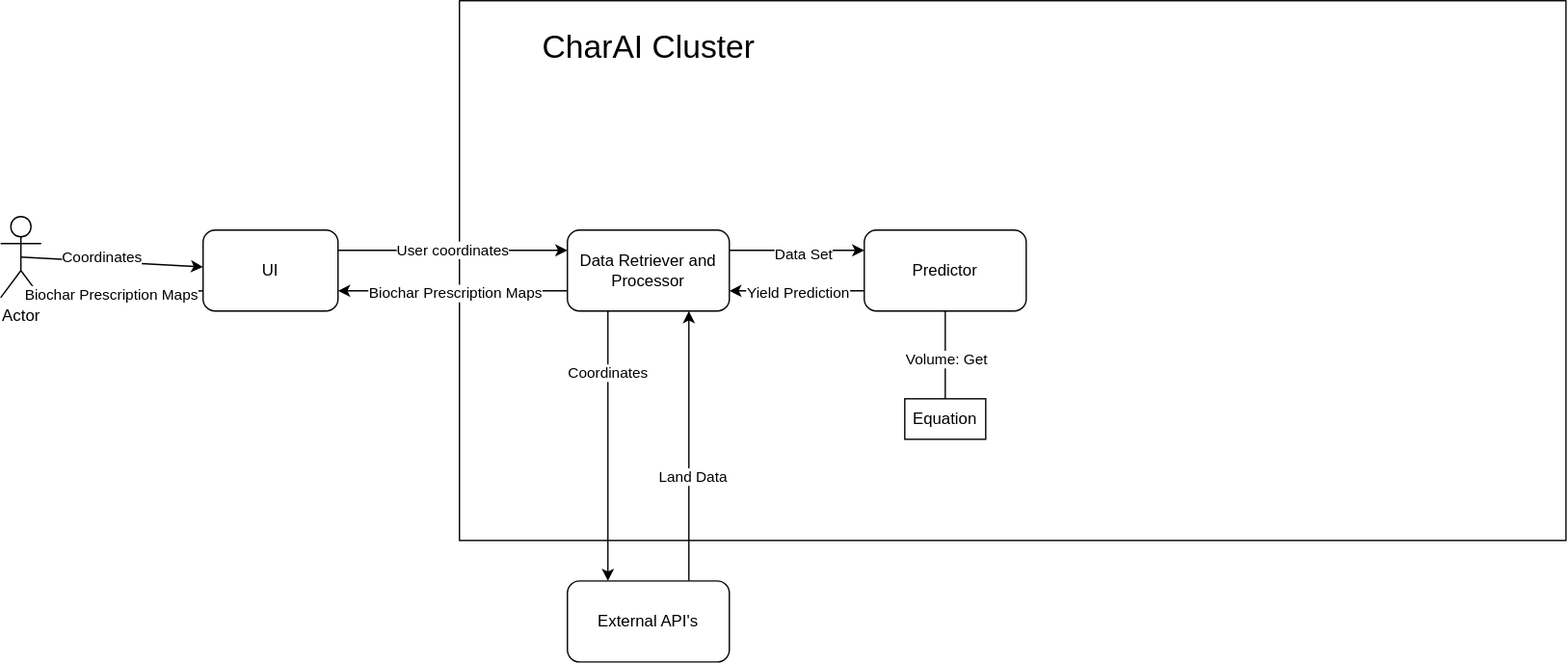
Earlier version of the draw.io export docs/Design/Architecture/SystemArchitectureEquation.drawio.svg (JosephPBaruch/CharAI). Source tidied: cells renumbered, new cells last; positions are measured from the earlier drawing's top-left corner, leaving out a move shared by most shapes. Source of this version:
```xml
<mxGraphModel>
  <root>
    <mxCell id="0" />
    <mxCell id="1" parent="0" />
    <mxCell id="2" style="rounded=0;whiteSpace=wrap;html=1;" parent="1" vertex="1">
      <mxGeometry x="340" width="820" height="400" as="geometry" />
    </mxCell>
    <mxCell id="3" style="edgeStyle=none;html=1;entryX=0;entryY=0.25;entryDx=0;entryDy=0;exitX=1;exitY=0.25;exitDx=0;exitDy=0;" parent="1" edge="1" source="5" target="16">
      <mxGeometry relative="1" as="geometry">
        <Array as="points">
          <mxPoint x="340" y="185" />
        </Array>
      </mxGeometry>
    </mxCell>
    <mxCell id="4" value="User coordinates" style="edgeLabel;html=1;align=center;verticalAlign=middle;" parent="3" vertex="1">
      <mxGeometry x="-0.01" y="1" relative="1" as="geometry" />
    </mxCell>
    <mxCell id="5" value="UI" style="rounded=1;whiteSpace=wrap;html=1;" parent="1" vertex="1">
      <mxGeometry x="150" y="170" width="100" height="60" as="geometry" />
    </mxCell>
    <mxCell id="6" style="edgeStyle=none;html=1;exitX=0;exitY=0.75;exitDx=0;exitDy=0;entryX=1;entryY=0.75;entryDx=0;entryDy=0;" parent="1" edge="1" source="8" target="16">
      <mxGeometry relative="1" as="geometry" />
    </mxCell>
    <mxCell id="7" value="Yield Prediction" style="edgeLabel;html=1;align=center;verticalAlign=middle;" parent="6" vertex="1">
      <mxGeometry x="0.24" y="1" relative="1" as="geometry">
        <mxPoint x="13" as="offset" />
      </mxGeometry>
    </mxCell>
    <mxCell id="8" value="Predictor" style="rounded=1;whiteSpace=wrap;html=1;" parent="1" vertex="1">
      <mxGeometry x="640" y="170" width="120" height="60" as="geometry" />
    </mxCell>
    <mxCell id="9" value="Equation" style="rounded=0;whiteSpace=wrap;html=1;" parent="1" vertex="1">
      <mxGeometry x="670" y="295" width="60" height="30" as="geometry" />
    </mxCell>
    <mxCell id="10" style="edgeStyle=none;html=1;entryX=1;entryY=0.75;entryDx=0;entryDy=0;exitX=0;exitY=0.75;exitDx=0;exitDy=0;" parent="1" edge="1" source="16" target="5">
      <mxGeometry relative="1" as="geometry" />
    </mxCell>
    <mxCell id="11" value="Biochar Prescription Maps" style="edgeLabel;html=1;align=center;verticalAlign=middle;" parent="10" vertex="1">
      <mxGeometry x="-0.02" y="1" relative="1" as="geometry" />
    </mxCell>
    <mxCell id="12" style="edgeStyle=none;html=1;exitX=0.25;exitY=1;exitDx=0;exitDy=0;entryX=0.25;entryY=0;entryDx=0;entryDy=0;" parent="1" edge="1" source="16" target="20">
      <mxGeometry relative="1" as="geometry" />
    </mxCell>
    <mxCell id="13" value="Coordinates" style="edgeLabel;html=1;align=center;verticalAlign=middle;" parent="12" vertex="1">
      <mxGeometry x="-0.54" y="-1" relative="1" as="geometry" />
    </mxCell>
    <mxCell id="14" style="edgeStyle=none;html=1;exitX=1;exitY=0.25;exitDx=0;exitDy=0;entryX=0;entryY=0.25;entryDx=0;entryDy=0;" parent="1" edge="1" source="16" target="8">
      <mxGeometry relative="1" as="geometry" />
    </mxCell>
    <mxCell id="15" value="Data Set" style="edgeLabel;html=1;align=center;verticalAlign=middle;" parent="14" vertex="1">
      <mxGeometry x="0.08" y="-2" relative="1" as="geometry" />
    </mxCell>
    <mxCell id="16" value="Data Retriever and Processor" style="rounded=1;whiteSpace=wrap;html=1;" parent="1" vertex="1">
      <mxGeometry x="420" y="170" width="120" height="60" as="geometry" />
    </mxCell>
    <mxCell id="17" value="&lt;font style=&quot;font-size: 24px;&quot;&gt;CharAI Cluster&lt;/font&gt;" style="text;html=1;align=center;verticalAlign=middle;whiteSpace=wrap;rounded=0;" parent="1" vertex="1">
      <mxGeometry x="363.5" y="20" width="233" height="30" as="geometry" />
    </mxCell>
    <mxCell id="18" style="edgeStyle=none;html=1;exitX=0.75;exitY=0;exitDx=0;exitDy=0;entryX=0.75;entryY=1;entryDx=0;entryDy=0;" parent="1" edge="1" source="20" target="16">
      <mxGeometry relative="1" as="geometry" />
    </mxCell>
    <mxCell id="19" value="Land Data" style="edgeLabel;html=1;align=center;verticalAlign=middle;" parent="18" vertex="1">
      <mxGeometry x="-0.23" y="-2" relative="1" as="geometry" />
    </mxCell>
    <mxCell id="20" value="External API's" style="rounded=1;whiteSpace=wrap;html=1;" parent="1" vertex="1">
      <mxGeometry x="420" y="430" width="120" height="60" as="geometry" />
    </mxCell>
    <mxCell id="21" style="endArrow=none;html=1;entryX=0.5;entryY=1;entryDx=0;entryDy=0;exitX=0.5;exitY=0;exitDx=0;exitDy=0;" parent="1" edge="1" source="9" target="8">
      <mxGeometry relative="1" as="geometry" />
    </mxCell>
    <mxCell id="22" value="Volume: Get" style="edgeLabel;html=1;align=center;verticalAlign=middle;" parent="21" vertex="1">
      <mxGeometry x="-0.1" relative="1" as="geometry" />
    </mxCell>
    <mxCell id="23" style="edgeStyle=none;html=1;exitX=0.5;exitY=0.5;exitDx=0;exitDy=0;exitPerimeter=0;" parent="1" edge="1" source="25" target="5">
      <mxGeometry relative="1" as="geometry" />
    </mxCell>
    <mxCell id="24" value="Coordinates" style="edgeLabel;html=1;align=center;verticalAlign=middle;" parent="23" vertex="1">
      <mxGeometry x="-0.13" y="4" relative="1" as="geometry" />
    </mxCell>
    <mxCell id="25" value="Actor" style="shape=umlActor;verticalLabelPosition=bottom;verticalAlign=top;html=1;outlineConnect=0;" parent="1" vertex="1">
      <mxGeometry y="160" width="30" height="60" as="geometry" />
    </mxCell>
    <mxCell id="26" style="edgeStyle=none;html=1;exitX=0;exitY=0.75;exitDx=0;exitDy=0;entryX=1;entryY=1;entryDx=0;entryDy=0;entryPerimeter=0;" parent="1" edge="1" source="5" target="25">
      <mxGeometry relative="1" as="geometry" />
    </mxCell>
    <mxCell id="27" value="Biochar Prescription Maps" style="edgeLabel;html=1;align=center;verticalAlign=middle;" parent="26" vertex="1">
      <mxGeometry x="0.13" relative="1" as="geometry" />
    </mxCell>
  </root>
</mxGraphModel>
```
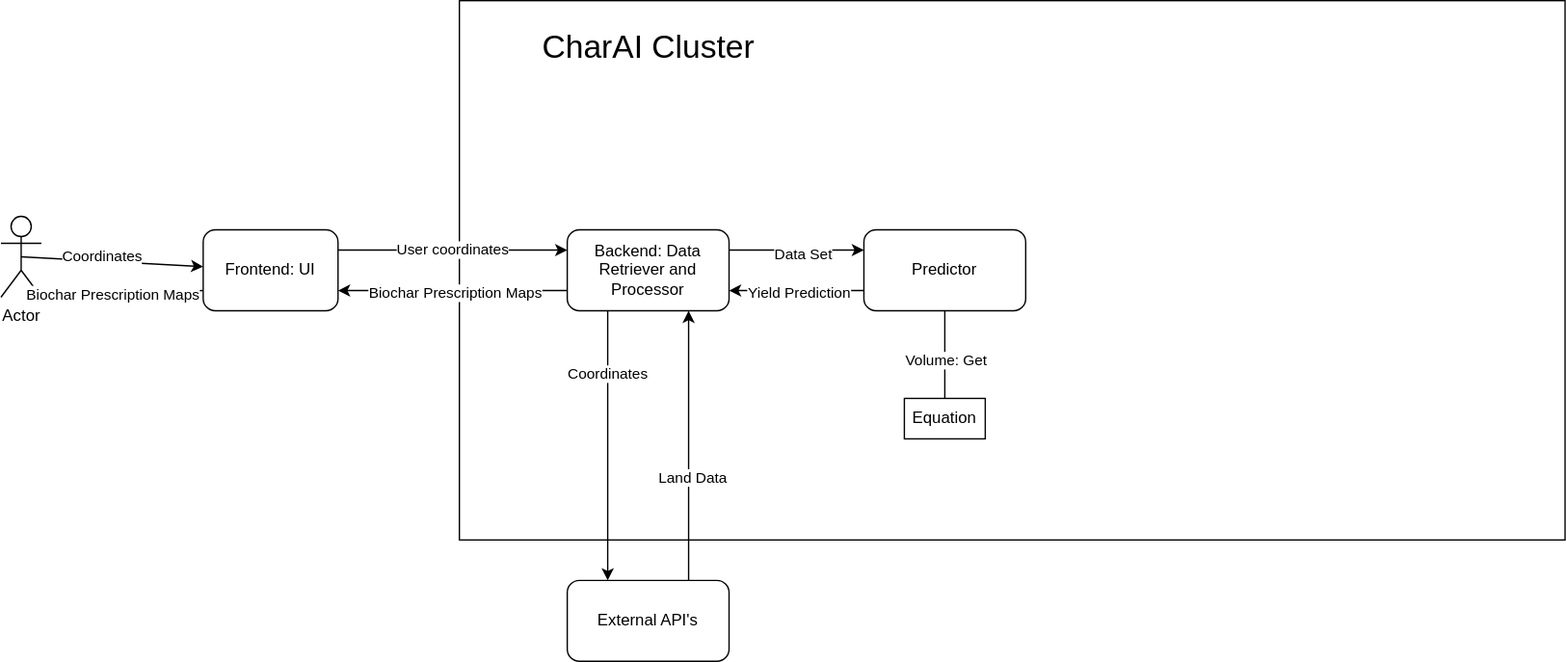
After the change.

Commit message:
system component subfolders

What changed in the source:
```diff
@@ -15,7 +15,7 @@
     <mxCell id="4" value="User coordinates" style="edgeLabel;html=1;align=center;verticalAlign=middle;" parent="3" vertex="1">
       <mxGeometry x="-0.01" y="1" relative="1" as="geometry" />
     </mxCell>
-    <mxCell id="5" value="UI" style="rounded=1;whiteSpace=wrap;html=1;" parent="1" vertex="1">
+    <mxCell id="5" value="Frontend: UI" style="rounded=1;whiteSpace=wrap;html=1;" parent="1" vertex="1">
       <mxGeometry x="150" y="170" width="100" height="60" as="geometry" />
     </mxCell>
     <mxCell id="6" style="edgeStyle=none;html=1;exitX=0;exitY=0.75;exitDx=0;exitDy=0;entryX=1;entryY=0.75;entryDx=0;entryDy=0;" parent="1" edge="1" source="8" target="16">
@@ -50,7 +50,7 @@
     <mxCell id="15" value="Data Set" style="edgeLabel;html=1;align=center;verticalAlign=middle;" parent="14" vertex="1">
       <mxGeometry x="0.08" y="-2" relative="1" as="geometry" />
     </mxCell>
-    <mxCell id="16" value="Data Retriever and Processor" style="rounded=1;whiteSpace=wrap;html=1;" parent="1" vertex="1">
+    <mxCell id="16" value="Backend: Data Retriever and Processor" style="rounded=1;whiteSpace=wrap;html=1;" parent="1" vertex="1">
       <mxGeometry x="420" y="170" width="120" height="60" as="geometry" />
     </mxCell>
     <mxCell id="17" value="&lt;font style=&quot;font-size: 24px;&quot;&gt;CharAI Cluster&lt;/font&gt;" style="text;html=1;align=center;verticalAlign=middle;whiteSpace=wrap;rounded=0;" parent="1" vertex="1">
```
